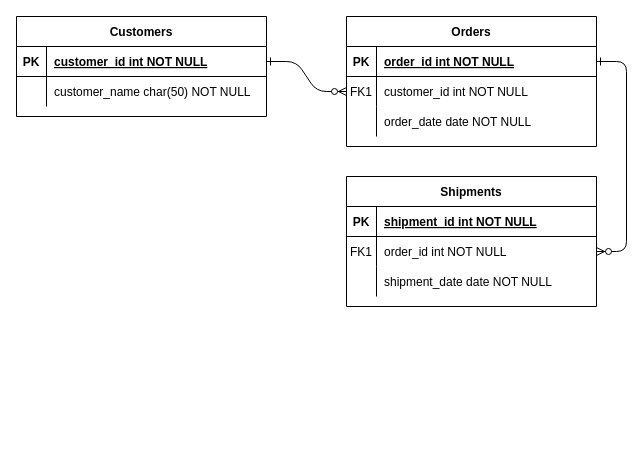
NASSER-JV/data-service keeps this draw.io diagram as Diagrama.drawio. Above is the earlier version. Source tidied: cells renumbered, new cells numbered last; positions are measured from the earlier drawing's top-left corner, leaving out a move shared by most shapes. Both pictures are drawn from the tidied source at 100%, with x=0, y=0 at pixel (16, 16).
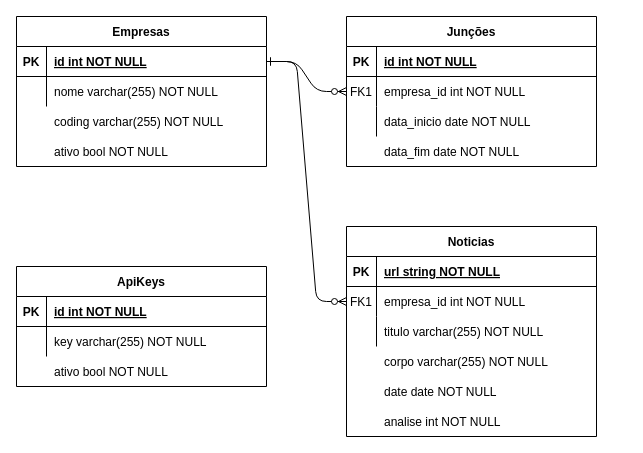
The same diagram, later.

The change refers to these unchanged cells:
```xml
<mxCell id="5" style="shape=partialRectangle;fillColor=none;points=[[0,0.5],[1,0.5]];portConstraint=eastwest;top=0;left=0;right=0;bottom=1;" parent="4" vertex="1">
  <mxGeometry y="30" width="250" height="30" as="geometry" />
</mxCell>
<mxCell id="8" style="shape=partialRectangle;fillColor=none;points=[[0,0.5],[1,0.5]];portConstraint=eastwest;top=0;left=0;right=0;bottom=0;" parent="4" vertex="1">
  <mxGeometry y="60" width="250" height="30" as="geometry" />
</mxCell>
<mxCell id="11" style="shape=partialRectangle;fillColor=none;top=0;left=0;right=0;bottom=0;" parent="4" vertex="1">
  <mxGeometry y="90" width="250" height="30" as="geometry" />
</mxCell>
<mxCell id="15" style="shape=partialRectangle;fillColor=none;top=0;left=0;right=0;bottom=1;" parent="14" vertex="1">
  <mxGeometry y="30" width="250" height="30" as="geometry" />
</mxCell>
<mxCell id="18" style="shape=partialRectangle;fillColor=none;points=[[0,0.5],[1,0.5]];portConstraint=eastwest;top=0;left=0;right=0;bottom=0;" parent="14" vertex="1">
  <mxGeometry y="60" width="250" height="30" as="geometry" />
</mxCell>
<mxCell id="21" style="shape=partialRectangle;fillColor=none;top=0;left=0;right=0;bottom=0;" parent="14" vertex="1">
  <mxGeometry y="90" width="250" height="30" as="geometry" />
</mxCell>
<mxCell id="25" style="shape=partialRectangle;fillColor=none;points=[[0,0.5],[1,0.5]];portConstraint=eastwest;top=0;left=0;right=0;bottom=1;" parent="24" vertex="1">
  <mxGeometry y="30" width="250" height="30" as="geometry" />
</mxCell>
<mxCell id="28" style="shape=partialRectangle;fillColor=none;top=0;left=0;right=0;bottom=0;" parent="24" vertex="1">
  <mxGeometry y="60" width="250" height="30" as="geometry" />
</mxCell>
```

Diff of the diagram source:
```diff
@@
-    <mxCell id="3" style="edgeStyle=entityRelationEdgeStyle;endArrow=ERzeroToMany;startArrow=ERone;endFill=1;startFill=0;" parent="1" edge="1" source="5" target="18">
+    <mxCell id="3" style="edgeStyle=entityRelationEdgeStyle;endArrow=ERzeroToMany;startArrow=ERone;endFill=1;startFill=0;" parent="1" edge="1" source="25" target="18">
       <mxGeometry relative="1" as="geometry" />
     </mxCell>
-    <mxCell id="4" value="Orders" style="shape=table;startSize=30;childLayout=tableLayout;rowLines=0;fontStyle=1;align=center;" parent="1" vertex="1">
-      <mxGeometry x="330" width="250" height="130" as="geometry" />
+    <mxCell id="4" value="Junções" style="shape=table;startSize=30;childLayout=tableLayout;rowLines=0;fontStyle=1;align=center;" parent="1" vertex="1">
+      <mxGeometry x="330" width="250" height="150" as="geometry" />
     </mxCell>
@@
-    <mxCell id="7" value="order_id int NOT NULL " style="shape=partialRectangle;overflow=hidden;fillColor=none;top=0;left=0;bottom=0;right=0;align=left;spacingLeft=6;fontStyle=5;" parent="5" vertex="1">
+    <mxCell id="7" value="id int NOT NULL " style="shape=partialRectangle;overflow=hidden;fillColor=none;top=0;left=0;bottom=0;right=0;align=left;spacingLeft=6;fontStyle=5;" parent="5" vertex="1">
       <mxGeometry x="30" width="220" height="30" as="geometry" />
     </mxCell>
@@
-    <mxCell id="10" value="customer_id int NOT NULL" style="shape=partialRectangle;overflow=hidden;fillColor=none;top=0;left=0;bottom=0;right=0;align=left;spacingLeft=6;" parent="8" vertex="1">
+    <mxCell id="10" value="empresa_id int NOT NULL" style="shape=partialRectangle;overflow=hidden;fillColor=none;top=0;left=0;bottom=0;right=0;align=left;spacingLeft=6;" parent="8" vertex="1">
       <mxGeometry x="30" width="220" height="30" as="geometry" />
     </mxCell>
@@
-    <mxCell id="13" value="order_date date NOT NULL" style="shape=partialRectangle;overflow=hidden;fillColor=none;top=0;left=0;bottom=0;right=0;align=left;spacingLeft=6;" parent="11" vertex="1">
+    <mxCell id="13" value="data_inicio date NOT NULL" style="shape=partialRectangle;overflow=hidden;fillColor=none;top=0;left=0;bottom=0;right=0;align=left;spacingLeft=6;" parent="11" vertex="1">
       <mxGeometry x="30" width="220" height="30" as="geometry" />
     </mxCell>
-    <mxCell id="14" value="Shipments" style="shape=table;startSize=30;childLayout=tableLayout;rowLines=0;fontStyle=1;align=center;" parent="1" vertex="1">
-      <mxGeometry x="330" y="160" width="250" height="130" as="geometry" />
+    <mxCell id="14" value="Noticias" style="shape=table;startSize=30;childLayout=tableLayout;rowLines=0;fontStyle=1;align=center;" parent="1" vertex="1">
+      <mxGeometry x="330" y="210" width="250" height="210" as="geometry" />
     </mxCell>
@@
-    <mxCell id="17" value="shipment_id int NOT NULL " style="shape=partialRectangle;overflow=hidden;fillColor=none;top=0;left=0;bottom=0;right=0;align=left;spacingLeft=6;fontStyle=5;" parent="15" vertex="1">
+    <mxCell id="17" value="url string NOT NULL " style="shape=partialRectangle;overflow=hidden;fillColor=none;top=0;left=0;bottom=0;right=0;align=left;spacingLeft=6;fontStyle=5;" parent="15" vertex="1">
       <mxGeometry x="30" width="220" height="30" as="geometry" />
     </mxCell>
@@
-    <mxCell id="20" value="order_id int NOT NULL" style="shape=partialRectangle;overflow=hidden;fillColor=none;top=0;left=0;bottom=0;right=0;align=left;spacingLeft=6;" parent="18" vertex="1">
+    <mxCell id="20" value="empresa_id int NOT NULL" style="shape=partialRectangle;overflow=hidden;fillColor=none;top=0;left=0;bottom=0;right=0;align=left;spacingLeft=6;" parent="18" vertex="1">
       <mxGeometry x="30" width="220" height="30" as="geometry" />
     </mxCell>
@@
-    <mxCell id="23" value="shipment_date date NOT NULL" style="shape=partialRectangle;overflow=hidden;fillColor=none;top=0;left=0;bottom=0;right=0;align=left;spacingLeft=6;" parent="21" vertex="1">
+    <mxCell id="23" value="titulo varchar(255) NOT NULL" style="shape=partialRectangle;overflow=hidden;fillColor=none;top=0;left=0;bottom=0;right=0;align=left;spacingLeft=6;" parent="21" vertex="1">
       <mxGeometry x="30" width="220" height="30" as="geometry" />
     </mxCell>
-    <mxCell id="24" value="Customers" style="shape=table;startSize=30;childLayout=tableLayout;rowLines=0;fontStyle=1;align=center;" parent="1" vertex="1">
-      <mxGeometry width="250" height="100" as="geometry" />
+    <mxCell id="24" value="Empresas" style="shape=table;startSize=30;childLayout=tableLayout;rowLines=0;fontStyle=1;align=center;" parent="1" vertex="1">
+      <mxGeometry width="250" height="150" as="geometry" />
     </mxCell>
@@
-    <mxCell id="27" value="customer_id int NOT NULL " style="shape=partialRectangle;overflow=hidden;fillColor=none;top=0;left=0;bottom=0;right=0;align=left;spacingLeft=6;fontStyle=5;" parent="25" vertex="1">
+    <mxCell id="27" value="id int NOT NULL" style="shape=partialRectangle;overflow=hidden;fillColor=none;top=0;left=0;bottom=0;right=0;align=left;spacingLeft=6;fontStyle=5;" parent="25" vertex="1">
       <mxGeometry x="30" width="220" height="30" as="geometry" />
     </mxCell>
@@
-    <mxCell id="29" style="shape=partialRectangle;overflow=hidden;fillColor=none;top=0;left=0;bottom=0;right=0;" parent="28" vertex="1">
+    <mxCell id="29" value="&#10;&#10;&#10;&#10;&#10;" style="shape=partialRectangle;overflow=hidden;fillColor=none;top=0;left=0;bottom=0;right=0;" parent="28" vertex="1">
       <mxGeometry width="30" height="30" as="geometry" />
     </mxCell>
-    <mxCell id="30" value="customer_name char(50) NOT NULL" style="shape=partialRectangle;overflow=hidden;fillColor=none;top=0;left=0;bottom=0;right=0;align=left;spacingLeft=6;" parent="28" vertex="1">
+    <mxCell id="30" value="nome varchar(255) NOT NULL" style="shape=partialRectangle;overflow=hidden;top=0;left=0;bottom=0;right=0;align=left;spacingLeft=6;fillColor=none;" parent="28" vertex="1">
       <mxGeometry x="30" width="220" height="30" as="geometry" />
     </mxCell>
+    <mxCell id="31" style="shape=partialRectangle;fillColor=none;top=0;left=0;right=0;bottom=0;" parent="1" vertex="1">
+      <mxGeometry y="90" width="250" height="30" as="geometry" />
+    </mxCell>
+    <mxCell id="32" value="&#10;&#10;&#10;&#10;&#10;" style="shape=partialRectangle;overflow=hidden;fillColor=none;top=0;left=0;bottom=0;right=0;" parent="31" vertex="1">
+      <mxGeometry width="30" height="30" as="geometry" />
+    </mxCell>
+    <mxCell id="33" value="coding varchar(255) NOT NULL" style="shape=partialRectangle;overflow=hidden;top=0;left=0;bottom=0;right=0;align=left;spacingLeft=6;fillColor=none;" parent="31" vertex="1">
+      <mxGeometry x="30" width="220" height="30" as="geometry" />
+    </mxCell>
+    <mxCell id="34" style="shape=partialRectangle;fillColor=none;top=0;left=0;right=0;bottom=0;" parent="1" vertex="1">
+      <mxGeometry y="120" width="250" height="30" as="geometry" />
+    </mxCell>
+    <mxCell id="35" value="&#10;&#10;&#10;&#10;&#10;" style="shape=partialRectangle;overflow=hidden;fillColor=none;top=0;left=0;bottom=0;right=0;" parent="34" vertex="1">
+      <mxGeometry width="30" height="30" as="geometry" />
+    </mxCell>
+    <mxCell id="36" value="ativo bool NOT NULL" style="shape=partialRectangle;overflow=hidden;top=0;left=0;bottom=0;right=0;align=left;spacingLeft=6;fillColor=none;" parent="34" vertex="1">
+      <mxGeometry x="30" width="220" height="30" as="geometry" />
+    </mxCell>
+    <mxCell id="37" style="shape=partialRectangle;fillColor=none;top=0;left=0;right=0;bottom=0;" parent="1" vertex="1">
+      <mxGeometry x="330" y="120" width="250" height="30" as="geometry" />
+    </mxCell>
+    <mxCell id="38" style="shape=partialRectangle;overflow=hidden;fillColor=none;top=0;left=0;bottom=0;right=0;" parent="37" vertex="1">
+      <mxGeometry width="30" height="30" as="geometry" />
+    </mxCell>
+    <mxCell id="39" value="data_fim date NOT NULL" style="shape=partialRectangle;overflow=hidden;fillColor=none;top=0;left=0;bottom=0;right=0;align=left;spacingLeft=6;" parent="37" vertex="1">
+      <mxGeometry x="30" width="220" height="30" as="geometry" />
+    </mxCell>
+    <mxCell id="40" style="shape=partialRectangle;fillColor=none;top=0;left=0;right=0;bottom=0;" parent="1" vertex="1">
+      <mxGeometry x="330" y="330" width="250" height="30" as="geometry" />
+    </mxCell>
+    <mxCell id="41" style="shape=partialRectangle;overflow=hidden;fillColor=none;top=0;left=0;bottom=0;right=0;" parent="40" vertex="1">
+      <mxGeometry width="30" height="30" as="geometry" />
+    </mxCell>
+    <mxCell id="42" value="corpo varchar(255) NOT NULL" style="shape=partialRectangle;overflow=hidden;fillColor=none;top=0;left=0;bottom=0;right=0;align=left;spacingLeft=6;" parent="40" vertex="1">
+      <mxGeometry x="30" width="220" height="30" as="geometry" />
+    </mxCell>
+    <mxCell id="43" style="shape=partialRectangle;fillColor=none;top=0;left=0;right=0;bottom=0;" parent="1" vertex="1">
+      <mxGeometry x="330" y="360" width="250" height="30" as="geometry" />
+    </mxCell>
+    <mxCell id="44" style="shape=partialRectangle;overflow=hidden;fillColor=none;top=0;left=0;bottom=0;right=0;" parent="43" vertex="1">
+      <mxGeometry width="30" height="30" as="geometry" />
+    </mxCell>
+    <mxCell id="45" value="date date NOT NULL" style="shape=partialRectangle;overflow=hidden;fillColor=none;top=0;left=0;bottom=0;right=0;align=left;spacingLeft=6;" parent="43" vertex="1">
+      <mxGeometry x="30" width="220" height="30" as="geometry" />
+    </mxCell>
+    <mxCell id="46" style="shape=partialRectangle;fillColor=none;top=0;left=0;right=0;bottom=0;" parent="1" vertex="1">
+      <mxGeometry x="330" y="390" width="250" height="30" as="geometry" />
+    </mxCell>
+    <mxCell id="47" style="shape=partialRectangle;overflow=hidden;fillColor=none;top=0;left=0;bottom=0;right=0;" parent="46" vertex="1">
+      <mxGeometry width="30" height="30" as="geometry" />
+    </mxCell>
+    <mxCell id="48" value="analise int NOT NULL" style="shape=partialRectangle;overflow=hidden;fillColor=none;top=0;left=0;bottom=0;right=0;align=left;spacingLeft=6;" parent="46" vertex="1">
+      <mxGeometry x="30" width="220" height="30" as="geometry" />
+    </mxCell>
+    <mxCell id="49" value="ApiKeys" style="shape=table;startSize=30;childLayout=tableLayout;rowLines=0;fontStyle=1;align=center;" parent="1" vertex="1">
+      <mxGeometry y="250" width="250" height="120" as="geometry" />
+    </mxCell>
+    <mxCell id="50" style="shape=partialRectangle;fillColor=none;top=0;left=0;right=0;bottom=1;" parent="49" vertex="1">
+      <mxGeometry y="30" width="250" height="30" as="geometry" />
+    </mxCell>
+    <mxCell id="51" value="PK" style="shape=partialRectangle;overflow=hidden;fillColor=none;top=0;left=0;bottom=0;right=0;fontStyle=1;" parent="50" vertex="1">
+      <mxGeometry width="30" height="30" as="geometry" />
+    </mxCell>
+    <mxCell id="52" value="id int NOT NULL" style="shape=partialRectangle;overflow=hidden;fillColor=none;top=0;left=0;bottom=0;right=0;align=left;spacingLeft=6;fontStyle=5;" parent="50" vertex="1">
+      <mxGeometry x="30" width="220" height="30" as="geometry" />
+    </mxCell>
+    <mxCell id="53" style="shape=partialRectangle;fillColor=none;top=0;left=0;right=0;bottom=0;" parent="49" vertex="1">
+      <mxGeometry y="60" width="250" height="30" as="geometry" />
+    </mxCell>
+    <mxCell id="54" value="&#10;&#10;&#10;&#10;&#10;" style="shape=partialRectangle;overflow=hidden;fillColor=none;top=0;left=0;bottom=0;right=0;" parent="53" vertex="1">
+      <mxGeometry width="30" height="30" as="geometry" />
+    </mxCell>
+    <mxCell id="55" value="key varchar(255) NOT NULL" style="shape=partialRectangle;overflow=hidden;top=0;left=0;bottom=0;right=0;align=left;spacingLeft=6;fillColor=none;" parent="53" vertex="1">
+      <mxGeometry x="30" width="220" height="30" as="geometry" />
+    </mxCell>
+    <mxCell id="56" style="shape=partialRectangle;fillColor=none;top=0;left=0;right=0;bottom=0;" parent="1" vertex="1">
+      <mxGeometry y="340" width="250" height="30" as="geometry" />
+    </mxCell>
+    <mxCell id="57" value="&#10;&#10;&#10;&#10;&#10;" style="shape=partialRectangle;overflow=hidden;fillColor=none;top=0;left=0;bottom=0;right=0;" parent="56" vertex="1">
+      <mxGeometry width="30" height="30" as="geometry" />
+    </mxCell>
+    <mxCell id="58" value="ativo bool NOT NULL" style="shape=partialRectangle;overflow=hidden;top=0;left=0;bottom=0;right=0;align=left;spacingLeft=6;fillColor=none;" parent="56" vertex="1">
+      <mxGeometry x="30" width="220" height="30" as="geometry" />
+    </mxCell>
```
